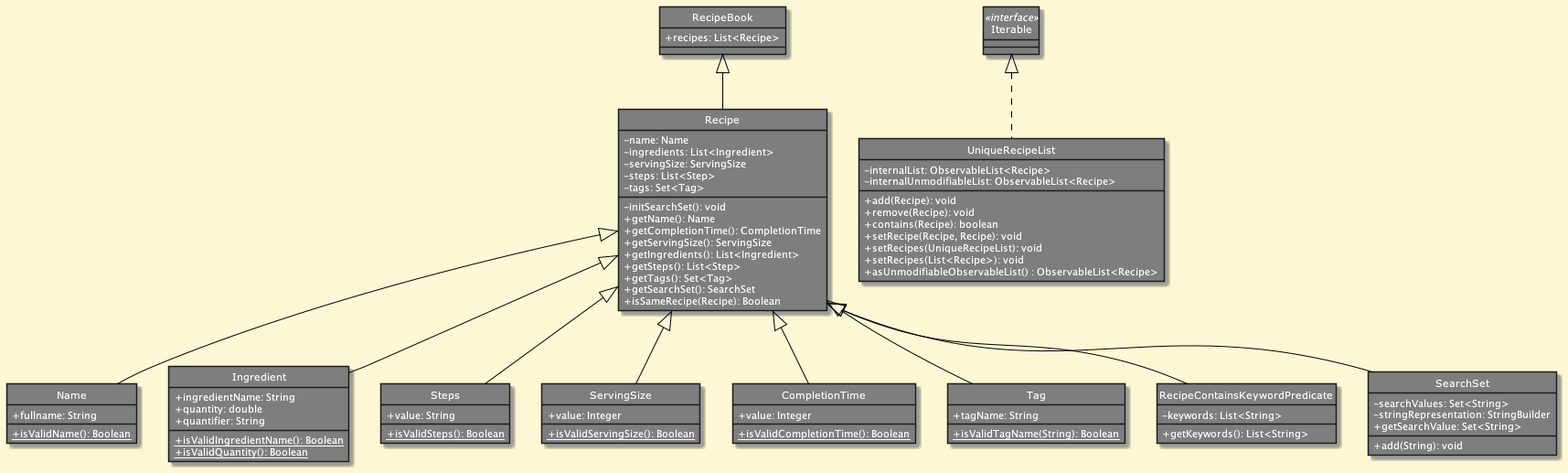
Earlier version of the PlantUML export docs/umlDiagrams/img/ClassDiagrams.png (yusufaine/tp). Its diagram source:
```plantuml
@startuml
!define DARKBLUE2
!include style.puml

skinparam classAttributeIconSize 0
class RecipeBook {
    + recipes: List<Recipe>
}
hide RecipeBook circle

skinparam classAttributeIconSize 0
class Recipe {
    - name: Name
    - ingredients: List<Ingredient>
    - servingSize: ServingSize
    - steps: List<Step>
    - tags: Set<Tag>
    - initSearchSet(): void
    + getName(): Name
    + getCompletionTime(): CompletionTime
    + getServingSize(): ServingSize
    + getIngredients(): List<Ingredient>
    + getSteps(): List<Step>
    + getTags(): Set<Tag>
    + getSearchSet(): SearchSet
    + isSameRecipe(Recipe): Boolean
}
hide Recipe circle

skinparam classAttributeIconSize 0
class Name {
    + fullname: String
    + {static} isValidName(): Boolean
}
hide Name circle

skinparam classAttributeIconSize 0
class Ingredient {
    + ingredientName: String
    + quantity: double
    + quantifier: String
    + {static} isValidIngredientName(): Boolean
    + {static} isValidQuantity(): Boolean
}
hide Ingredient circle

skinparam classAttributeIconSize 0
class Steps {
    + value: String
    + {static} isValidSteps(): Boolean
}
hide Steps circle

skinparam classAttributeIconSize 0
class ServingSize {
    + value: Integer
    + {static} isValidServingSize(): Boolean
}
hide ServingSize circle

skinparam classAttributeIconSize 0
class CompletionTime {
    + value: Integer
    + {static} isValidCompletionTime(): Boolean
}
hide CompletionTime circle

skinparam classAttributeIconSize 0
class UniqueRecipeList {
    - internalList: ObservableList<Recipe>
    - internalUnmodifiableList: ObservableList<Recipe>
    + add(Recipe): void
    + remove(Recipe): void
    + contains(Recipe): boolean
    + setRecipe(Recipe, Recipe): void
    + setRecipes(UniqueRecipeList): void
    + setRecipes(List<Recipe>): void
    + asUnmodifiableObservableList() : ObservableList<Recipe>
}
hide UniqueRecipeList circle

skinparam classAttributeIconSize 0
class Tag {
    + tagName: String
    + {static} isValidTagName(String): Boolean
}
hide Tag circle

skinparam classAttributeIconSize 0
class RecipeContainsKeywordPredicate {
    - keywords: List<String>
    + getKeywords(): List<String>
}
hide RecipeContainsKeywordPredicate circle

skinparam classAttributeIconSize 0
class SearchSet {
    - searchValues: Set<String>
    - stringRepresentation: StringBuilder
    + getSearchValue: Set<String>
    + add(String): void
}
hide SearchSet circle


skinparam classAttributeIconSize 0
class Iterable <<interface>>{

}
hide Iterable circle


RecipeBook<|-- Recipe
Recipe <|-- Name
Recipe <|-- Ingredient
Recipe <|-- ServingSize
Recipe <|-- Steps
Recipe <|-- CompletionTime
Recipe <|-- Tag
Recipe <|-- SearchSet
Recipe <|-- RecipeContainsKeywordPredicate
Iterable <|.. UniqueRecipeList

@enduml
```
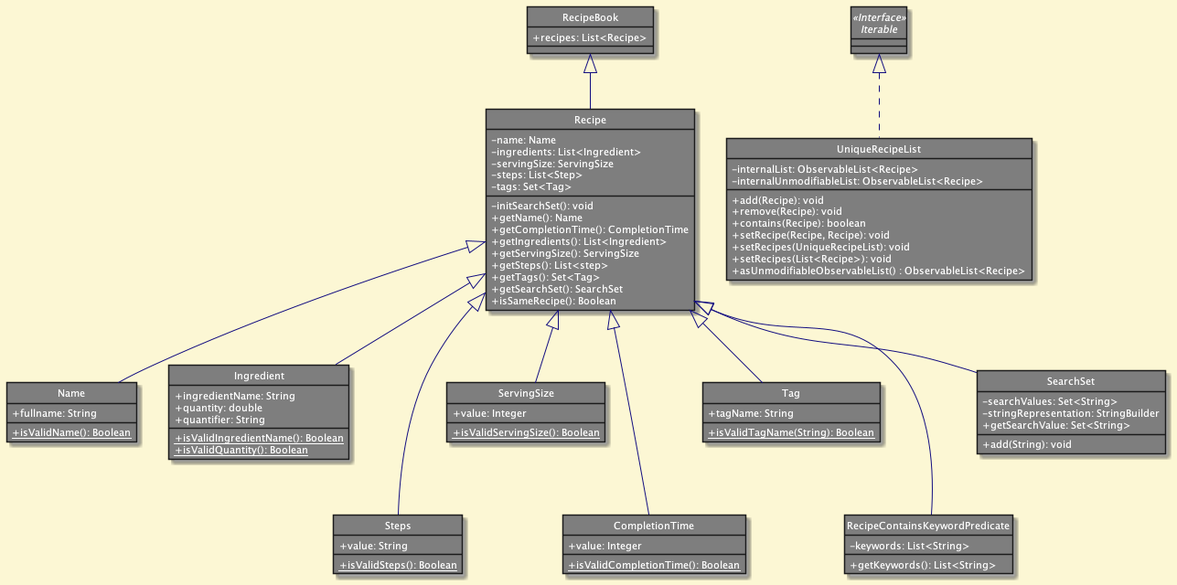
Above is the later version.

Commit message:
docs: update sequence diagram storage color

What changed in the source:
```diff
@@ -1,124 +1,102 @@
 @startuml
+HIDE CIRCLE
 !define DARKBLUE2
 !include style.puml
+skinparam arrowColor LOGIC_COLOR_T4
+skinparam classFontColor white
+skinparam classAttributeIconSize 0
 
-skinparam classAttributeIconSize 0
 class RecipeBook {
-    + recipes: List<Recipe>
+    +recipes: List<Recipe>
 }
-hide RecipeBook circle
 
-skinparam classAttributeIconSize 0
 class Recipe {
-    - name: Name
-    - ingredients: List<Ingredient>
-    - servingSize: ServingSize
-    - steps: List<Step>
-    - tags: Set<Tag>
-    - initSearchSet(): void
-    + getName(): Name
-    + getCompletionTime(): CompletionTime
-    + getServingSize(): ServingSize
-    + getIngredients(): List<Ingredient>
-    + getSteps(): List<Step>
-    + getTags(): Set<Tag>
-    + getSearchSet(): SearchSet
-    + isSameRecipe(Recipe): Boolean
+    -name: Name
+    -ingredients: List<Ingredient>
+    -servingSize: ServingSize
+    -steps: List<Step>
+    -tags: Set<Tag>
+    -initSearchSet(): void
+    +getName(): Name
+    +getCompletionTime(): CompletionTime
+    +getIngredients(): List<Ingredient>
+    +getServingSize(): ServingSize
+    +getSteps(): List<step>
+    +getTags(): Set<Tag>
+    +getSearchSet(): SearchSet
+    +isSameRecipe(): Boolean
 }
-hide Recipe circle
 
-skinparam classAttributeIconSize 0
 class Name {
-    + fullname: String
-    + {static} isValidName(): Boolean
+    +fullname: String
+    {static} +isValidName(): Boolean
 }
-hide Name circle
 
-skinparam classAttributeIconSize 0
 class Ingredient {
-    + ingredientName: String
-    + quantity: double
-    + quantifier: String
-    + {static} isValidIngredientName(): Boolean
-    + {static} isValidQuantity(): Boolean
+    +ingredientName: String
+    +quantity: double
+    +quantifier: String
+    {static} +isValidIngredientName(): Boolean
+    {static} +isValidQuantity(): Boolean
 }
-hide Ingredient circle
 
-skinparam classAttributeIconSize 0
 class Steps {
-    + value: String
-    + {static} isValidSteps(): Boolean
-}
-hide Steps circle
-
-skinparam classAttributeIconSize 0
-class ServingSize {
-    + value: Integer
-    + {static} isValidServingSize(): Boolean
-}
-hide ServingSize circle
-
-skinparam classAttributeIconSize 0
-class CompletionTime {
-    + value: Integer
-    + {static} isValidCompletionTime(): Boolean
-}
-hide CompletionTime circle
-
-skinparam classAttributeIconSize 0
-class UniqueRecipeList {
-    - internalList: ObservableList<Recipe>
-    - internalUnmodifiableList: ObservableList<Recipe>
-    + add(Recipe): void
-    + remove(Recipe): void
-    + contains(Recipe): boolean
-    + setRecipe(Recipe, Recipe): void
-    + setRecipes(UniqueRecipeList): void
-    + setRecipes(List<Recipe>): void
-    + asUnmodifiableObservableList() : ObservableList<Recipe>
-}
-hide UniqueRecipeList circle
-
-skinparam classAttributeIconSize 0
-class Tag {
-    + tagName: String
-    + {static} isValidTagName(String): Boolean
-}
-hide Tag circle
-
-skinparam classAttributeIconSize 0
-class RecipeContainsKeywordPredicate {
-    - keywords: List<String>
-    + getKeywords(): List<String>
-}
-hide RecipeContainsKeywordPredicate circle
-
-skinparam classAttributeIconSize 0
-class SearchSet {
-    - searchValues: Set<String>
-    - stringRepresentation: StringBuilder
-    + getSearchValue: Set<String>
-    + add(String): void
-}
-hide SearchSet circle
-
-
-skinparam classAttributeIconSize 0
-class Iterable <<interface>>{
+    +value: String
+    {static} +isValidSteps(): Boolean
 
 }
-hide Iterable circle
+
+class ServingSize {
+    +value: Integer
+    {static} +isValidServingSize(): Boolean
+}
+
+class CompletionTime {
+    +value: Integer
+    {static} +isValidCompletionTime(): Boolean
+}
+
+class Tag {
+    +tagName: String
+    {static} +isValidTagName(String): Boolean
+}
+
+class RecipeContainsKeywordPredicate {
+    -keywords: List<String>
+    +getKeywords(): List<String>
+}
+
+class SearchSet {
+    -searchValues: Set<String>
+    -stringRepresentation: StringBuilder
+    +getSearchValue: Set<String>
+    +add(String): void
+}
+class UniqueRecipeList {
+    -internalList: ObservableList<Recipe>
+    -internalUnmodifiableList: ObservableList<Recipe>
+    +add(Recipe): void
+    +remove(Recipe): void
+    +contains(Recipe): boolean
+    +setRecipe(Recipe, Recipe): void
+    +setRecipes(UniqueRecipeList): void
+    +setRecipes(List<Recipe>): void
+    +asUnmodifiableObservableList() : ObservableList<Recipe>
+}
+
+interface Iterable <<Interface>> {
+}
 
 
 RecipeBook<|-- Recipe
 Recipe <|-- Name
 Recipe <|-- Ingredient
 Recipe <|-- ServingSize
-Recipe <|-- Steps
-Recipe <|-- CompletionTime
+Recipe <|--- Steps
+Recipe <|--- CompletionTime
 Recipe <|-- Tag
 Recipe <|-- SearchSet
-Recipe <|-- RecipeContainsKeywordPredicate
+Recipe <|--- RecipeContainsKeywordPredicate
 Iterable <|.. UniqueRecipeList
 
 @enduml
```
